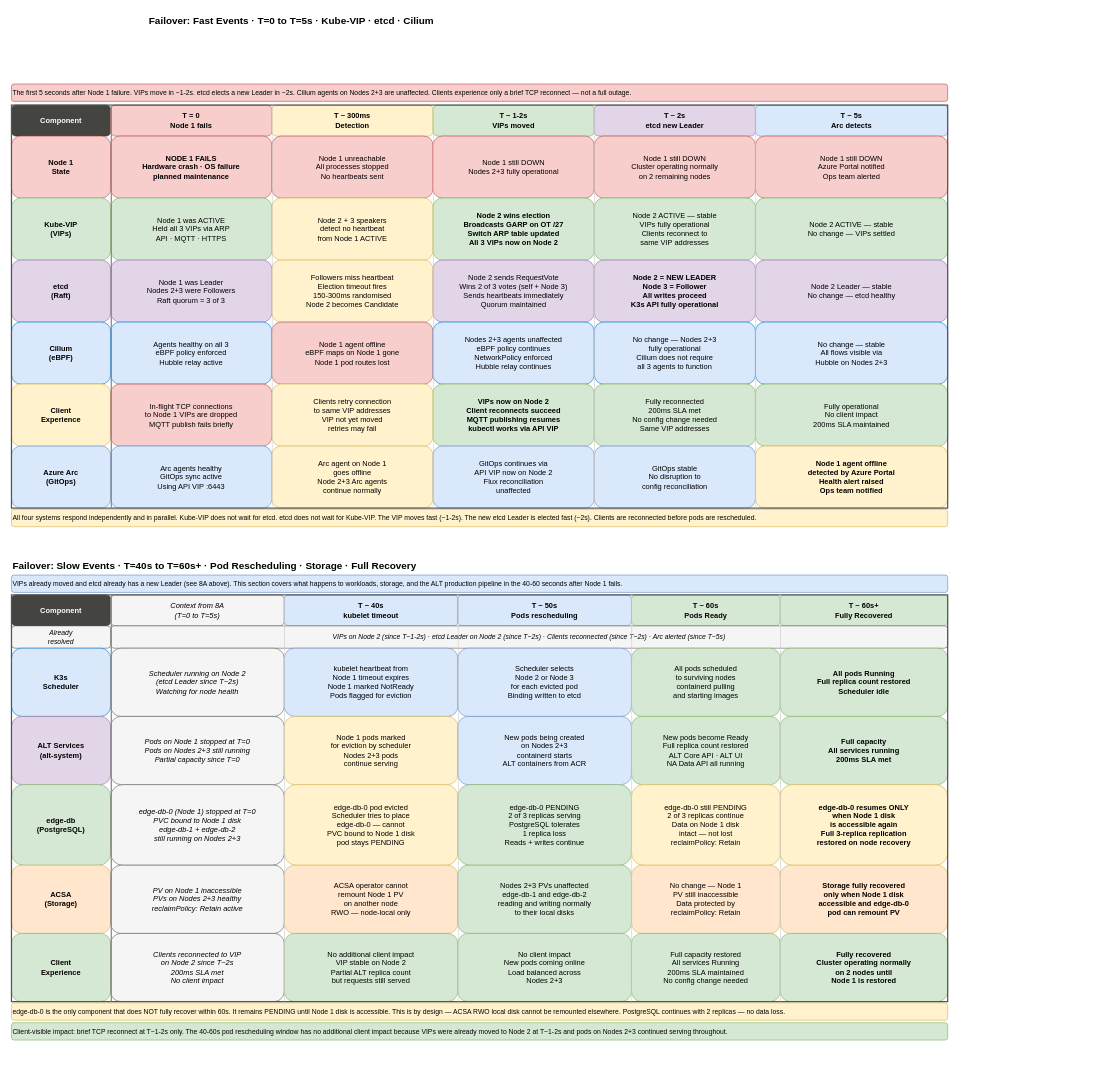
avinashr-insight/manufacturing-iot keeps this draw.io diagram as page "Failover" (8 of 9) of AIO-Architecture-V2.drawio. Above is the earlier version. Source tidied: cells renumbered, new cells numbered last; positions are measured from the earlier drawing's top-left corner, leaving out a move shared by most shapes. Both pictures are drawn from the tidied source at 62%, with x=0, y=0 at pixel (11, 11).
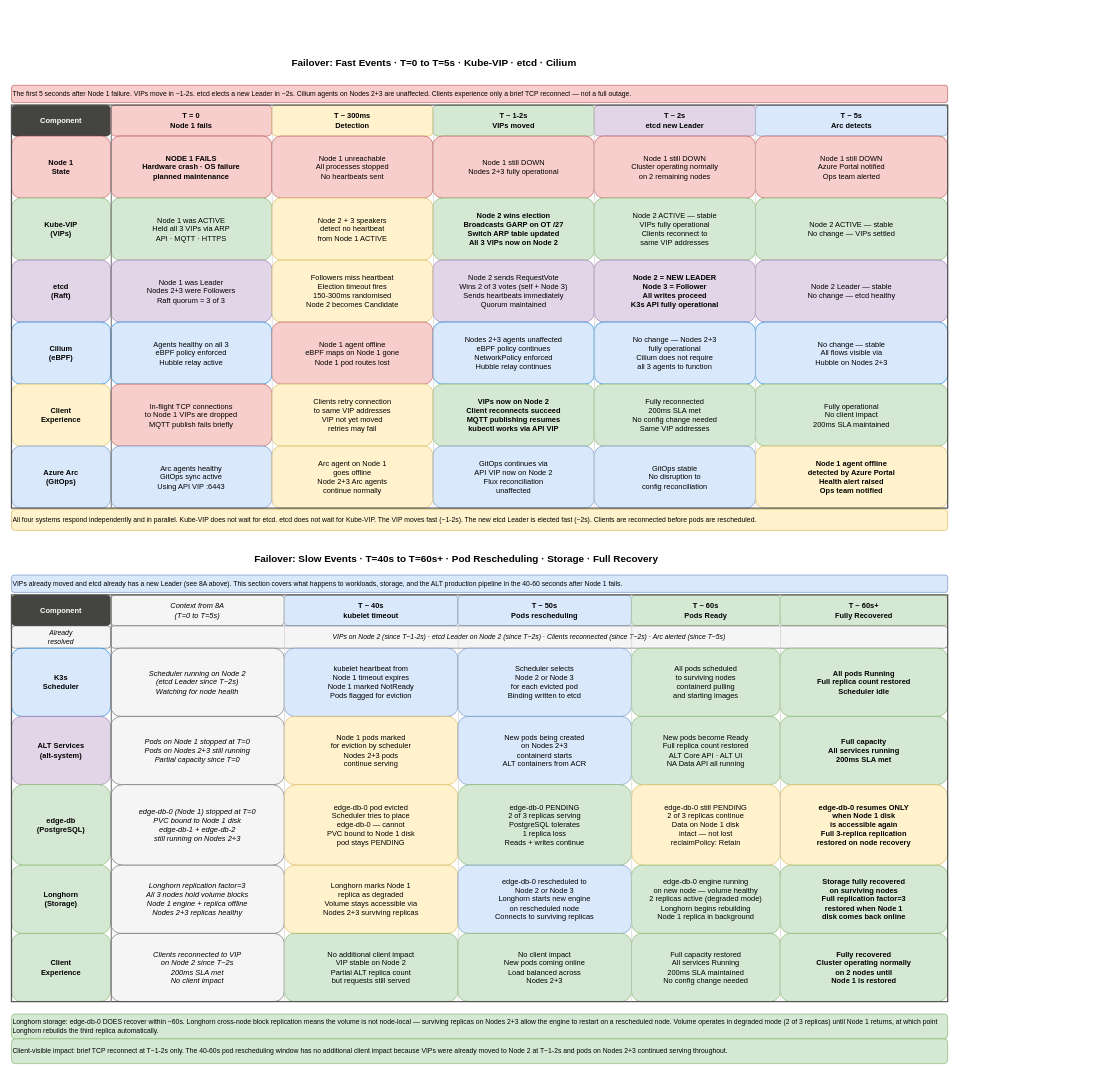
After the change.

Diff of the diagram source:
```diff
@@
     <mxCell id="2" value="Failover: Fast Events · T=0 to T=5s · Kube-VIP · etcd · Cilium" style="text;html=1;fontSize=16;fontStyle=1;align=left;fillColor=none;strokeColor=none;" parent="1" vertex="1">
-      <mxGeometry x="220" width="1510" height="28" as="geometry" />
+      <mxGeometry x="450" y="68" width="670" height="28" as="geometry" />
     </mxCell>
     <mxCell id="3" value="The first 5 seconds after Node 1 failure. VIPs move in ~1-2s. etcd elects a new Leader in ~2s. Cilium agents on Nodes 2+3 are unaffected. Clients experience only a brief TCP reconnect — not a full outage." style="rounded=1;whiteSpace=wrap;html=1;fillColor=#f8cecc;strokeColor=#b85450;fontSize=11;align=left;" parent="1" vertex="1">
-      <mxGeometry y="118" width="1510" height="28" as="geometry" />
+      <mxGeometry y="120" width="1510" height="28" as="geometry" />
     </mxCell>
@@
     <mxCell id="46" value="All four systems respond independently and in parallel. Kube-VIP does not wait for etcd. etcd does not wait for Kube-VIP. The VIP moves fast (~1-2s). The new etcd Leader is elected fast (~2s). Clients are reconnected before pods are rescheduled." style="rounded=1;whiteSpace=wrap;html=1;fillColor=#fff2cc;strokeColor=#d6b656;fontSize=11;align=left;" parent="1" vertex="1">
-      <mxGeometry y="804" width="1510" height="28" as="geometry" />
+      <mxGeometry y="804" width="1510" height="34" as="geometry" />
     </mxCell>
     <mxCell id="47" value="Failover: Slow Events · T=40s to T=60s+ · Pod Rescheduling · Storage · Full Recovery" style="text;html=1;fontSize=16;fontStyle=1;align=left;fillColor=none;strokeColor=none;" parent="1" vertex="1">
-      <mxGeometry y="878" width="1510" height="28" as="geometry" />
+      <mxGeometry x="390" y="868" width="960" height="28" as="geometry" />
     </mxCell>
@@
-    <mxCell id="75" value="ACSA&#10;(Storage)" style="rounded=1;whiteSpace=wrap;html=1;fillColor=#ffe6cc;strokeColor=#d6b656;fontSize=12;fontStyle=1;align=center;" parent="1" vertex="1">
+    <mxCell id="75" value="Longhorn&#10;(Storage)" style="rounded=1;whiteSpace=wrap;html=1;fillColor=#d5e8d4;strokeColor=#82b366;fontSize=12;fontStyle=1;align=center;" parent="1" vertex="1">
       <mxGeometry y="1378" width="160" height="110" as="geometry" />
     </mxCell>
-    <mxCell id="76" value="PV on Node 1 inaccessible&#10;PVs on Nodes 2+3 healthy&#10;reclaimPolicy: Retain active" style="rounded=1;whiteSpace=wrap;html=1;fillColor=#f5f5f5;strokeColor=#666666;fontSize=12;fontStyle=2;align=center;" parent="1" vertex="1">
+    <mxCell id="76" value="Longhorn replication factor=3&#10;All 3 nodes hold volume blocks&#10;Node 1 engine + replica offline&#10;Nodes 2+3 replicas healthy" style="rounded=1;whiteSpace=wrap;html=1;fillColor=#f5f5f5;strokeColor=#666666;fontSize=12;fontStyle=2;align=center;" parent="1" vertex="1">
       <mxGeometry x="160" y="1378" width="280" height="110" as="geometry" />
     </mxCell>
-    <mxCell id="77" value="ACSA operator cannot&#10;remount Node 1 PV&#10;on another node&#10;RWO — node-local only" style="rounded=1;whiteSpace=wrap;html=1;fillColor=#ffe6cc;strokeColor=#d6b656;fontSize=12;align=center;" parent="1" vertex="1">
+    <mxCell id="77" value="Longhorn marks Node 1&#10;replica as degraded&#10;Volume stays accessible via&#10;Nodes 2+3 surviving replicas" style="rounded=1;whiteSpace=wrap;html=1;fillColor=#fff2cc;strokeColor=#d6b656;fontSize=12;align=center;" parent="1" vertex="1">
       <mxGeometry x="440" y="1378" width="280" height="110" as="geometry" />
     </mxCell>
-    <mxCell id="78" value="Nodes 2+3 PVs unaffected&#10;edge-db-1 and edge-db-2&#10;reading and writing normally&#10;to their local disks" style="rounded=1;whiteSpace=wrap;html=1;fillColor=#d5e8d4;strokeColor=#82b366;fontSize=12;align=center;" parent="1" vertex="1">
+    <mxCell id="78" value="edge-db-0 rescheduled to&#10;Node 2 or Node 3&#10;Longhorn starts new engine&#10;on rescheduled node&#10;Connects to surviving replicas" style="rounded=1;whiteSpace=wrap;html=1;fillColor=#dae8fc;strokeColor=#6c8ebf;fontSize=12;align=center;" parent="1" vertex="1">
       <mxGeometry x="720" y="1378" width="280" height="110" as="geometry" />
     </mxCell>
-    <mxCell id="79" value="No change — Node 1&#10;PV still inaccessible&#10;Data protected by&#10;reclaimPolicy: Retain" style="rounded=1;whiteSpace=wrap;html=1;fillColor=#ffe6cc;strokeColor=#d6b656;fontSize=12;align=center;" parent="1" vertex="1">
+    <mxCell id="79" value="edge-db-0 engine running&#10;on new node — volume healthy&#10;2 replicas active (degraded mode)&#10;Longhorn begins rebuilding&#10;Node 1 replica in background" style="rounded=1;whiteSpace=wrap;html=1;fillColor=#d5e8d4;strokeColor=#82b366;fontSize=12;align=center;" parent="1" vertex="1">
       <mxGeometry x="1000" y="1378" width="240" height="110" as="geometry" />
     </mxCell>
-    <mxCell id="80" value="Storage fully recovered&#10;only when Node 1 disk&#10;accessible and edge-db-0&#10;pod can remount PV" style="rounded=1;whiteSpace=wrap;html=1;fillColor=#ffe6cc;strokeColor=#d6b656;fontSize=12;fontStyle=1;align=center;" parent="1" vertex="1">
+    <mxCell id="80" value="Storage fully recovered&#10;on surviving nodes&#10;Full replication factor=3&#10;restored when Node 1&#10;disk comes back online" style="rounded=1;whiteSpace=wrap;html=1;fillColor=#d5e8d4;strokeColor=#82b366;fontSize=12;fontStyle=1;align=center;" parent="1" vertex="1">
       <mxGeometry x="1240" y="1378" width="270" height="110" as="geometry" />
     </mxCell>
@@
-    <mxCell id="87" value="edge-db-0 is the only component that does NOT fully recover within 60s. It remains PENDING until Node 1 disk is accessible. This is by design — ACSA RWO local disk cannot be remounted elsewhere. PostgreSQL continues with 2 replicas — no data loss." style="rounded=1;whiteSpace=wrap;html=1;fillColor=#fff2cc;strokeColor=#d6b656;fontSize=11;align=left;" parent="1" vertex="1">
-      <mxGeometry y="1600" width="1510" height="28" as="geometry" />
+    <mxCell id="87" value="Longhorn storage: edge-db-0 DOES recover within ~60s. Longhorn cross-node block replication means the volume is not node-local — surviving replicas on Nodes 2+3 allow the engine to restart on a rescheduled node. Volume operates in degraded mode (2 of 3 replicas) until Node 1 returns, at which point Longhorn rebuilds the third replica automatically." style="rounded=1;whiteSpace=wrap;html=1;fillColor=#d5e8d4;strokeColor=#82b366;fontSize=11;align=left;" parent="1" vertex="1">
+      <mxGeometry y="1618" width="1510" height="40" as="geometry" />
     </mxCell>
     <mxCell id="88" value="Client-visible impact: brief TCP reconnect at T~1-2s only. The 40-60s pod rescheduling window has no additional client impact because VIPs were already moved to Node 2 at T~1-2s and pods on Nodes 2+3 continued serving throughout." style="rounded=1;whiteSpace=wrap;html=1;fillColor=#d5e8d4;strokeColor=#82b366;fontSize=11;align=left;" parent="1" vertex="1">
-      <mxGeometry y="1632" width="1510" height="28" as="geometry" />
+      <mxGeometry y="1658" width="1510" height="40" as="geometry" />
     </mxCell>
```
